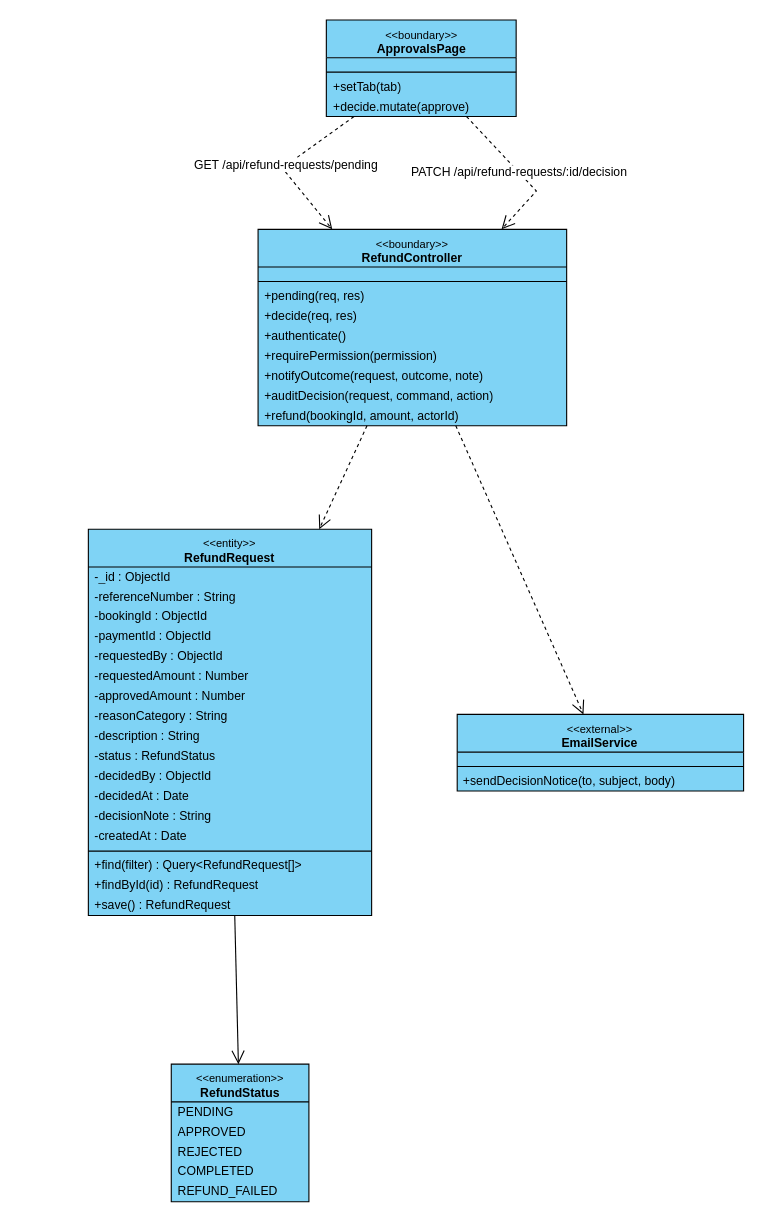
This is final/diagrams/M4_Billing-And-Payment_Diagrams/class_diagrams/CD-16_UC-M14_ApproveRefundRequest.drawio from toikobi401/SWD392, a draw.io file, before an edit. Source tidied: cells renumbered, new cells numbered last; positions are measured from the earlier drawing's top-left corner, leaving out a move shared by most shapes. Both pictures are drawn from the tidied source at 111%, with x=0, y=0 at pixel (88, 19).
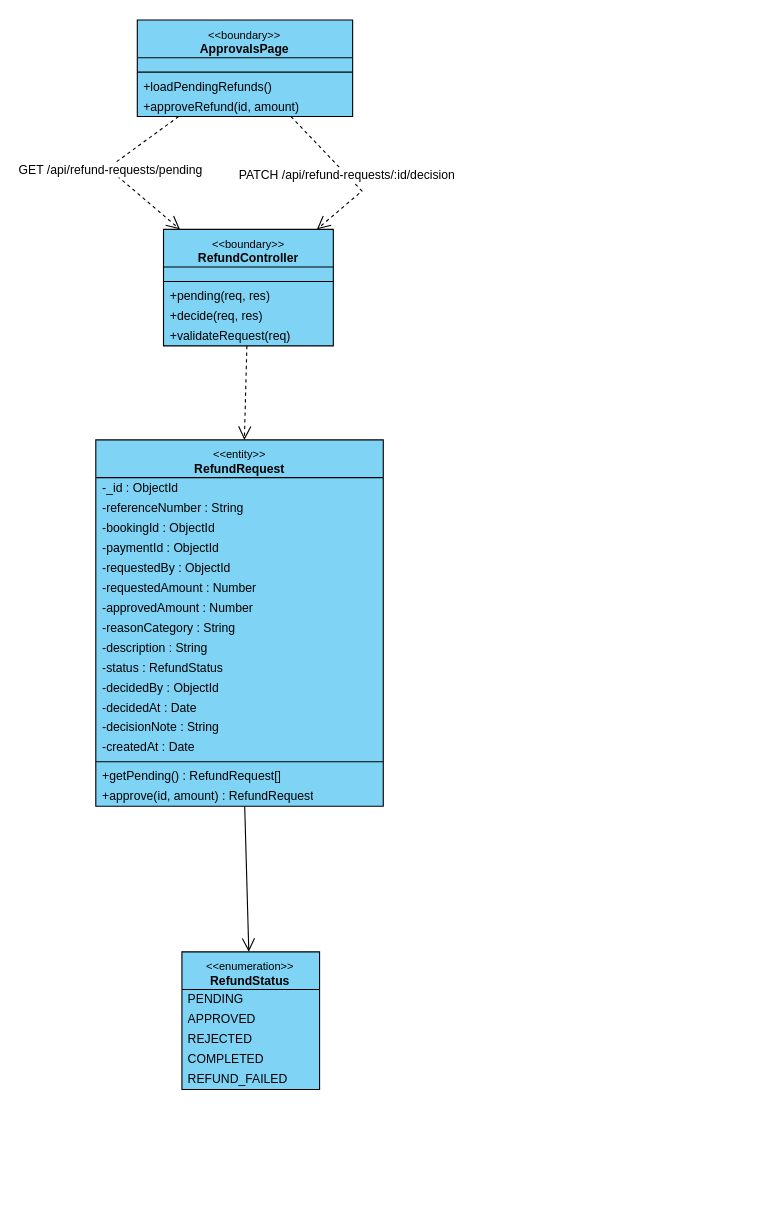
After the change.

Change to the diagram source:
```diff
@@
     <mxCell id="2" value="&lt;font style=&quot;font-size:10px&quot;&gt;&amp;lt;&amp;lt;boundary&amp;gt;&amp;gt;&lt;/font&gt;&lt;br&gt;&lt;b&gt;ApprovalsPage&lt;/b&gt;" style="swimlane;fontStyle=0;align=center;verticalAlign=top;horizontal=1;startSize=34;html=1;whiteSpace=wrap;fontSize=11;fillColor=#7fd3f5;swimlaneFillColor=#7fd3f5;strokeColor=#000000;" parent="1" vertex="1">
-      <mxGeometry x="214.5" y="0.5" width="171" height="87" as="geometry" />
+      <mxGeometry x="44.2" y="0.5" width="194" height="87" as="geometry" />
     </mxCell>
     <mxCell id="3" style="text;strokeColor=none;fillColor=none;html=1;" parent="2" vertex="1">
-      <mxGeometry y="34" width="171" height="9" as="geometry" />
+      <mxGeometry y="34" width="194" height="9" as="geometry" />
     </mxCell>
     <mxCell id="4" style="line;strokeWidth=1;fillColor=none;align=left;verticalAlign=middle;spacingTop=-1;spacingLeft=3;spacingRight=3;labelPosition=right;strokeColor=#000000;" parent="2" vertex="1">
-      <mxGeometry y="43" width="171" height="8" as="geometry" />
+      <mxGeometry y="43" width="194" height="8" as="geometry" />
     </mxCell>
-    <mxCell id="5" value="+setTab(tab)" style="text;strokeColor=none;fillColor=none;align=left;verticalAlign=middle;spacingLeft=4;spacingRight=4;overflow=hidden;whiteSpace=nowrap;html=1;fontSize=11;" parent="2" vertex="1">
-      <mxGeometry y="51" width="171" height="18" as="geometry" />
+    <mxCell id="5" value="+loadPendingRefunds()" style="text;strokeColor=none;fillColor=none;align=left;verticalAlign=middle;spacingLeft=4;spacingRight=4;overflow=hidden;whiteSpace=nowrap;html=1;fontSize=11;" parent="2" vertex="1">
+      <mxGeometry y="51" width="194" height="18" as="geometry" />
     </mxCell>
-    <mxCell id="6" value="+decide.mutate(approve)" style="text;strokeColor=none;fillColor=none;align=left;verticalAlign=middle;spacingLeft=4;spacingRight=4;overflow=hidden;whiteSpace=nowrap;html=1;fontSize=11;" parent="2" vertex="1">
-      <mxGeometry y="69" width="171" height="18" as="geometry" />
+    <mxCell id="6" value="+approveRefund(id, amount)" style="text;strokeColor=none;fillColor=none;align=left;verticalAlign=middle;spacingLeft=4;spacingRight=4;overflow=hidden;whiteSpace=nowrap;html=1;fontSize=11;" parent="2" vertex="1">
+      <mxGeometry y="69" width="194" height="18" as="geometry" />
     </mxCell>
     <mxCell id="7" value="&lt;font style=&quot;font-size:10px&quot;&gt;&amp;lt;&amp;lt;boundary&amp;gt;&amp;gt;&lt;/font&gt;&lt;br&gt;&lt;b&gt;RefundController&lt;/b&gt;" style="swimlane;fontStyle=0;align=center;verticalAlign=top;horizontal=1;startSize=34;html=1;whiteSpace=wrap;fontSize=11;fillColor=#7fd3f5;swimlaneFillColor=#7fd3f5;strokeColor=#000000;" parent="1" vertex="1">
-      <mxGeometry x="153" y="189.1" width="278" height="177" as="geometry" />
+      <mxGeometry x="67.8" y="189.1" width="153" height="105" as="geometry" />
     </mxCell>
     <mxCell id="8" style="text;strokeColor=none;fillColor=none;html=1;" parent="7" vertex="1">
-      <mxGeometry y="34" width="278" height="9" as="geometry" />
+      <mxGeometry y="34" width="153" height="9" as="geometry" />
     </mxCell>
     <mxCell id="9" style="line;strokeWidth=1;fillColor=none;align=left;verticalAlign=middle;spacingTop=-1;spacingLeft=3;spacingRight=3;labelPosition=right;strokeColor=#000000;" parent="7" vertex="1">
-      <mxGeometry y="43" width="278" height="8" as="geometry" />
+      <mxGeometry y="43" width="153" height="8" as="geometry" />
     </mxCell>
     <mxCell id="10" value="+pending(req, res)" style="text;strokeColor=none;fillColor=none;align=left;verticalAlign=middle;spacingLeft=4;spacingRight=4;overflow=hidden;whiteSpace=nowrap;html=1;fontSize=11;" parent="7" vertex="1">
-      <mxGeometry y="51" width="278" height="18" as="geometry" />
+      <mxGeometry y="51" width="153" height="18" as="geometry" />
     </mxCell>
     <mxCell id="11" value="+decide(req, res)" style="text;strokeColor=none;fillColor=none;align=left;verticalAlign=middle;spacingLeft=4;spacingRight=4;overflow=hidden;whiteSpace=nowrap;html=1;fontSize=11;" parent="7" vertex="1">
-      <mxGeometry y="69" width="278" height="18" as="geometry" />
+      <mxGeometry y="69" width="153" height="18" as="geometry" />
     </mxCell>
-    <mxCell id="12" value="+authenticate()" style="text;strokeColor=none;fillColor=none;align=left;verticalAlign=middle;spacingLeft=4;spacingRight=4;overflow=hidden;whiteSpace=nowrap;html=1;fontSize=11;" parent="7" vertex="1">
-      <mxGeometry y="87" width="278" height="18" as="geometry" />
+    <mxCell id="12" value="+validateRequest(req)" style="text;strokeColor=none;fillColor=none;align=left;verticalAlign=middle;spacingLeft=4;spacingRight=4;overflow=hidden;whiteSpace=nowrap;html=1;fontSize=11;" parent="7" vertex="1">
+      <mxGeometry y="87" width="153" height="18" as="geometry" />
     </mxCell>
-    <mxCell id="13" value="+requirePermission(permission)" style="text;strokeColor=none;fillColor=none;align=left;verticalAlign=middle;spacingLeft=4;spacingRight=4;overflow=hidden;whiteSpace=nowrap;html=1;fontSize=11;" parent="7" vertex="1">
-      <mxGeometry y="105" width="278" height="18" as="geometry" />
-    </mxCell>
-    <mxCell id="14" value="+notifyOutcome(request, outcome, note)" style="text;strokeColor=none;fillColor=none;align=left;verticalAlign=middle;spacingLeft=4;spacingRight=4;overflow=hidden;whiteSpace=nowrap;html=1;fontSize=11;" parent="7" vertex="1">
-      <mxGeometry y="123" width="278" height="18" as="geometry" />
-    </mxCell>
-    <mxCell id="15" value="+auditDecision(request, command, action)" style="text;strokeColor=none;fillColor=none;align=left;verticalAlign=middle;spacingLeft=4;spacingRight=4;overflow=hidden;whiteSpace=nowrap;html=1;fontSize=11;" parent="7" vertex="1">
-      <mxGeometry y="141" width="278" height="18" as="geometry" />
-    </mxCell>
-    <mxCell id="16" value="+refund(bookingId, amount, actorId)" style="text;strokeColor=none;fillColor=none;align=left;verticalAlign=middle;spacingLeft=4;spacingRight=4;overflow=hidden;whiteSpace=nowrap;html=1;fontSize=11;" parent="7" vertex="1">
-      <mxGeometry y="159" width="278" height="18" as="geometry" />
-    </mxCell>
     <mxCell id="17" value="&lt;font style=&quot;font-size:10px&quot;&gt;&amp;lt;&amp;lt;entity&amp;gt;&amp;gt;&lt;/font&gt;&lt;br&gt;&lt;b&gt;RefundRequest&lt;/b&gt;" style="swimlane;fontStyle=0;align=center;verticalAlign=top;horizontal=1;startSize=34;html=1;whiteSpace=wrap;fontSize=11;fillColor=#7fd3f5;swimlaneFillColor=#7fd3f5;strokeColor=#000000;" parent="1" vertex="1">
-      <mxGeometry x="0.1" y="459.3" width="255.2" height="348" as="geometry" />
+      <mxGeometry x="6.8" y="378.8" width="259" height="330" as="geometry" />
     </mxCell>
     <mxCell id="18" value="-_id : ObjectId" style="text;strokeColor=none;fillColor=none;align=left;verticalAlign=middle;spacingLeft=4;spacingRight=4;overflow=hidden;whiteSpace=nowrap;html=1;fontSize=11;" parent="17" vertex="1">
-      <mxGeometry y="34" width="255.2" height="18" as="geometry" />
+      <mxGeometry y="34" width="259" height="18" as="geometry" />
     </mxCell>
     <mxCell id="19" value="-referenceNumber : String" style="text;strokeColor=none;fillColor=none;align=left;verticalAlign=middle;spacingLeft=4;spacingRight=4;overflow=hidden;whiteSpace=nowrap;html=1;fontSize=11;" parent="17" vertex="1">
-      <mxGeometry y="52" width="255.2" height="18" as="geometry" />
+      <mxGeometry y="52" width="259" height="18" as="geometry" />
     </mxCell>
     <mxCell id="20" value="-bookingId : ObjectId" style="text;strokeColor=none;fillColor=none;align=left;verticalAlign=middle;spacingLeft=4;spacingRight=4;overflow=hidden;whiteSpace=nowrap;html=1;fontSize=11;" parent="17" vertex="1">
-      <mxGeometry y="70" width="255.2" height="18" as="geometry" />
+      <mxGeometry y="70" width="259" height="18" as="geometry" />
     </mxCell>
     <mxCell id="21" value="-paymentId : ObjectId" style="text;strokeColor=none;fillColor=none;align=left;verticalAlign=middle;spacingLeft=4;spacingRight=4;overflow=hidden;whiteSpace=nowrap;html=1;fontSize=11;" parent="17" vertex="1">
-      <mxGeometry y="88" width="255.2" height="18" as="geometry" />
+      <mxGeometry y="88" width="259" height="18" as="geometry" />
     </mxCell>
     <mxCell id="22" value="-requestedBy : ObjectId" style="text;strokeColor=none;fillColor=none;align=left;verticalAlign=middle;spacingLeft=4;spacingRight=4;overflow=hidden;whiteSpace=nowrap;html=1;fontSize=11;" parent="17" vertex="1">
-      <mxGeometry y="106" width="255.2" height="18" as="geometry" />
+      <mxGeometry y="106" width="259" height="18" as="geometry" />
     </mxCell>
     <mxCell id="23" value="-requestedAmount : Number" style="text;strokeColor=none;fillColor=none;align=left;verticalAlign=middle;spacingLeft=4;spacingRight=4;overflow=hidden;whiteSpace=nowrap;html=1;fontSize=11;" parent="17" vertex="1">
-      <mxGeometry y="124" width="255.2" height="18" as="geometry" />
+      <mxGeometry y="124" width="259" height="18" as="geometry" />
     </mxCell>
     <mxCell id="24" value="-approvedAmount : Number" style="text;strokeColor=none;fillColor=none;align=left;verticalAlign=middle;spacingLeft=4;spacingRight=4;overflow=hidden;whiteSpace=nowrap;html=1;fontSize=11;" parent="17" vertex="1">
-      <mxGeometry y="142" width="255.2" height="18" as="geometry" />
+      <mxGeometry y="142" width="259" height="18" as="geometry" />
     </mxCell>
     <mxCell id="25" value="-reasonCategory : String" style="text;strokeColor=none;fillColor=none;align=left;verticalAlign=middle;spacingLeft=4;spacingRight=4;overflow=hidden;whiteSpace=nowrap;html=1;fontSize=11;" parent="17" vertex="1">
-      <mxGeometry y="160" width="255.2" height="18" as="geometry" />
+      <mxGeometry y="160" width="259" height="18" as="geometry" />
     </mxCell>
     <mxCell id="26" value="-description : String" style="text;strokeColor=none;fillColor=none;align=left;verticalAlign=middle;spacingLeft=4;spacingRight=4;overflow=hidden;whiteSpace=nowrap;html=1;fontSize=11;" parent="17" vertex="1">
-      <mxGeometry y="178" width="255.2" height="18" as="geometry" />
+      <mxGeometry y="178" width="259" height="18" as="geometry" />
     </mxCell>
     <mxCell id="27" value="-status : RefundStatus" style="text;strokeColor=none;fillColor=none;align=left;verticalAlign=middle;spacingLeft=4;spacingRight=4;overflow=hidden;whiteSpace=nowrap;html=1;fontSize=11;" parent="17" vertex="1">
-      <mxGeometry y="196" width="255.2" height="18" as="geometry" />
+      <mxGeometry y="196" width="259" height="18" as="geometry" />
     </mxCell>
     <mxCell id="28" value="-decidedBy : ObjectId" style="text;strokeColor=none;fillColor=none;align=left;verticalAlign=middle;spacingLeft=4;spacingRight=4;overflow=hidden;whiteSpace=nowrap;html=1;fontSize=11;" parent="17" vertex="1">
-      <mxGeometry y="214" width="255.2" height="18" as="geometry" />
+      <mxGeometry y="214" width="259" height="18" as="geometry" />
     </mxCell>
     <mxCell id="29" value="-decidedAt : Date" style="text;strokeColor=none;fillColor=none;align=left;verticalAlign=middle;spacingLeft=4;spacingRight=4;overflow=hidden;whiteSpace=nowrap;html=1;fontSize=11;" parent="17" vertex="1">
-      <mxGeometry y="232" width="255.2" height="18" as="geometry" />
+      <mxGeometry y="232" width="259" height="18" as="geometry" />
     </mxCell>
     <mxCell id="30" value="-decisionNote : String" style="text;strokeColor=none;fillColor=none;align=left;verticalAlign=middle;spacingLeft=4;spacingRight=4;overflow=hidden;whiteSpace=nowrap;html=1;fontSize=11;" parent="17" vertex="1">
-      <mxGeometry y="250" width="255.2" height="18" as="geometry" />
+      <mxGeometry y="250" width="259" height="18" as="geometry" />
     </mxCell>
     <mxCell id="31" value="-createdAt : Date" style="text;strokeColor=none;fillColor=none;align=left;verticalAlign=middle;spacingLeft=4;spacingRight=4;overflow=hidden;whiteSpace=nowrap;html=1;fontSize=11;" parent="17" vertex="1">
-      <mxGeometry y="268" width="255.2" height="18" as="geometry" />
+      <mxGeometry y="268" width="259" height="18" as="geometry" />
     </mxCell>
     <mxCell id="32" style="line;strokeWidth=1;fillColor=none;align=left;verticalAlign=middle;spacingTop=-1;spacingLeft=3;spacingRight=3;labelPosition=right;strokeColor=#000000;" parent="17" vertex="1">
-      <mxGeometry y="286" width="255.2" height="8" as="geometry" />
+      <mxGeometry y="286" width="259" height="8" as="geometry" />
     </mxCell>
-    <mxCell id="33" value="+find(filter) : Query&amp;lt;RefundRequest[]&amp;gt;" style="text;strokeColor=none;fillColor=none;align=left;verticalAlign=middle;spacingLeft=4;spacingRight=4;overflow=hidden;whiteSpace=nowrap;html=1;fontSize=11;" parent="17" vertex="1">
-      <mxGeometry y="294" width="255.2" height="18" as="geometry" />
+    <mxCell id="33" value="+getPending() : RefundRequest[]" style="text;strokeColor=none;fillColor=none;align=left;verticalAlign=middle;spacingLeft=4;spacingRight=4;overflow=hidden;whiteSpace=nowrap;html=1;fontSize=11;" parent="17" vertex="1">
+      <mxGeometry y="294" width="259" height="18" as="geometry" />
     </mxCell>
-    <mxCell id="34" value="+findById(id) : RefundRequest" style="text;strokeColor=none;fillColor=none;align=left;verticalAlign=middle;spacingLeft=4;spacingRight=4;overflow=hidden;whiteSpace=nowrap;html=1;fontSize=11;" parent="17" vertex="1">
-      <mxGeometry y="312" width="255.2" height="18" as="geometry" />
+    <mxCell id="34" value="+approve(id, amount) : RefundRequest" style="text;strokeColor=none;fillColor=none;align=left;verticalAlign=middle;spacingLeft=4;spacingRight=4;overflow=hidden;whiteSpace=nowrap;html=1;fontSize=11;" parent="17" vertex="1">
+      <mxGeometry y="312" width="259" height="18" as="geometry" />
     </mxCell>
-    <mxCell id="35" value="+save() : RefundRequest" style="text;strokeColor=none;fillColor=none;align=left;verticalAlign=middle;spacingLeft=4;spacingRight=4;overflow=hidden;whiteSpace=nowrap;html=1;fontSize=11;" parent="17" vertex="1">
-      <mxGeometry y="330" width="255.2" height="18" as="geometry" />
-    </mxCell>
-    <mxCell id="36" value="&lt;font style=&quot;font-size:10px&quot;&gt;&amp;lt;&amp;lt;external&amp;gt;&amp;gt;&lt;/font&gt;&lt;br&gt;&lt;b&gt;EmailService&lt;/b&gt;" style="swimlane;fontStyle=0;align=center;verticalAlign=top;horizontal=1;startSize=34;html=1;whiteSpace=wrap;fontSize=11;fillColor=#7fd3f5;swimlaneFillColor=#7fd3f5;strokeColor=#000000;" parent="1" vertex="1">
-      <mxGeometry x="332.4" y="626.1" width="258" height="69" as="geometry" />
-    </mxCell>
-    <mxCell id="37" style="text;strokeColor=none;fillColor=none;html=1;" parent="36" vertex="1">
-      <mxGeometry y="34" width="258" height="9" as="geometry" />
-    </mxCell>
-    <mxCell id="38" style="line;strokeWidth=1;fillColor=none;align=left;verticalAlign=middle;spacingTop=-1;spacingLeft=3;spacingRight=3;labelPosition=right;strokeColor=#000000;" parent="36" vertex="1">
-      <mxGeometry y="43" width="258" height="8" as="geometry" />
-    </mxCell>
-    <mxCell id="39" value="+sendDecisionNotice(to, subject, body)" style="text;strokeColor=none;fillColor=none;align=left;verticalAlign=middle;spacingLeft=4;spacingRight=4;overflow=hidden;whiteSpace=nowrap;html=1;fontSize=11;" parent="36" vertex="1">
-      <mxGeometry y="51" width="258" height="18" as="geometry" />
-    </mxCell>
     <mxCell id="40" value="&lt;font style=&quot;font-size:10px&quot;&gt;&amp;lt;&amp;lt;enumeration&amp;gt;&amp;gt;&lt;/font&gt;&lt;br&gt;&lt;b&gt;RefundStatus&lt;/b&gt;" style="swimlane;fontStyle=0;align=center;verticalAlign=top;horizontal=1;startSize=34;html=1;whiteSpace=wrap;fontSize=11;fillColor=#7fd3f5;swimlaneFillColor=#7fd3f5;strokeColor=#000000;" parent="1" vertex="1">
-      <mxGeometry x="74.8" y="941.2" width="124" height="124" as="geometry" />
+      <mxGeometry x="84.4" y="840" width="124" height="124" as="geometry" />
     </mxCell>
@@
     <mxCell id="46" value="GET /api/refund-requests/pending" style="html=1;rounded=0;fontSize=11;labelBackgroundColor=#ffffff;dashed=1;endArrow=open;endSize=10;" parent="1" edge="1" source="2" target="7">
       <mxGeometry relative="1" as="geometry">
         <Array as="points">
-          <mxPoint x="174.8" y="133.9" />
+          <mxPoint x="17.7" y="133.9" />
         </Array>
       </mxGeometry>
     </mxCell>
     <mxCell id="47" value="PATCH /api/refund-requests/:id/decision" style="html=1;rounded=0;fontSize=11;labelBackgroundColor=#ffffff;dashed=1;endArrow=open;endSize=10;" parent="1" edge="1" source="2" target="7">
       <mxGeometry relative="1" as="geometry">
         <Array as="points">
-          <mxPoint x="403.7" y="154.6" />
+          <mxPoint x="246.6" y="154.6" />
         </Array>
       </mxGeometry>
     </mxCell>
@@
-    <mxCell id="49" style="html=1;rounded=0;fontSize=11;labelBackgroundColor=#ffffff;dashed=1;endArrow=open;endSize=10;" parent="1" edge="1" source="7" target="36">
+    <mxCell id="49" style="html=1;rounded=0;fontSize=11;labelBackgroundColor=#ffffff;endArrow=open;endSize=10;" parent="1" edge="1" source="17" target="40">
       <mxGeometry relative="1" as="geometry" />
     </mxCell>
-    <mxCell id="50" style="html=1;rounded=0;fontSize=11;labelBackgroundColor=#ffffff;endArrow=open;endSize=10;" parent="1" edge="1" source="17" target="40">
-      <mxGeometry relative="1" as="geometry" />
-    </mxCell>
```
